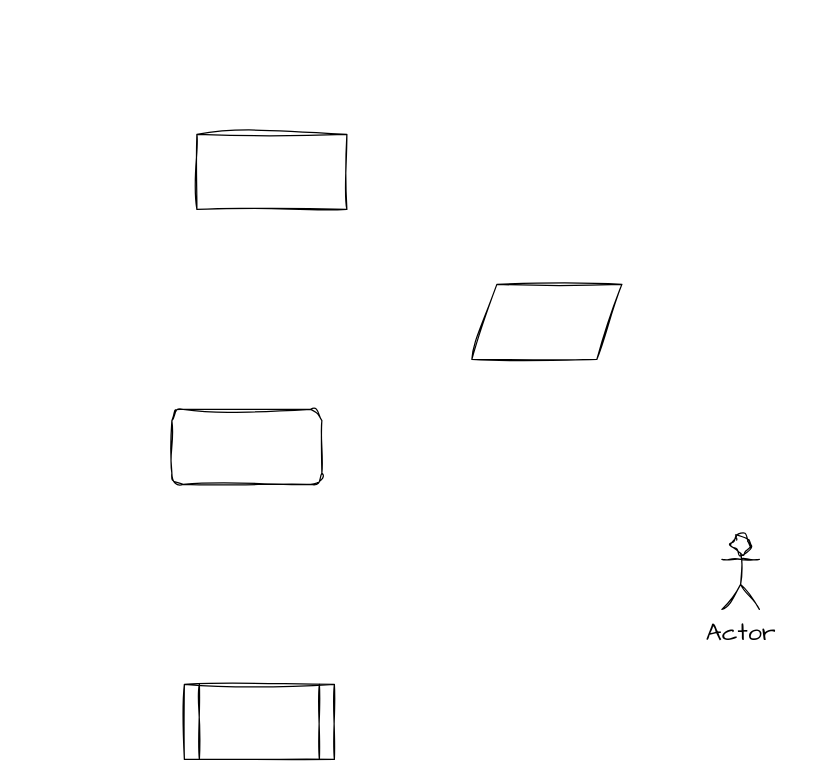
This is 未命名绘图.drawio from githubdanielxiao/hello-world, a draw.io file, before an edit. Source tidied: cells renumbered, new cells numbered last; positions are measured from the earlier drawing's top-left corner, leaving out a move shared by most shapes. Both pictures are drawn from the tidied source at 125%, with x=0, y=0 at pixel (171, 134).
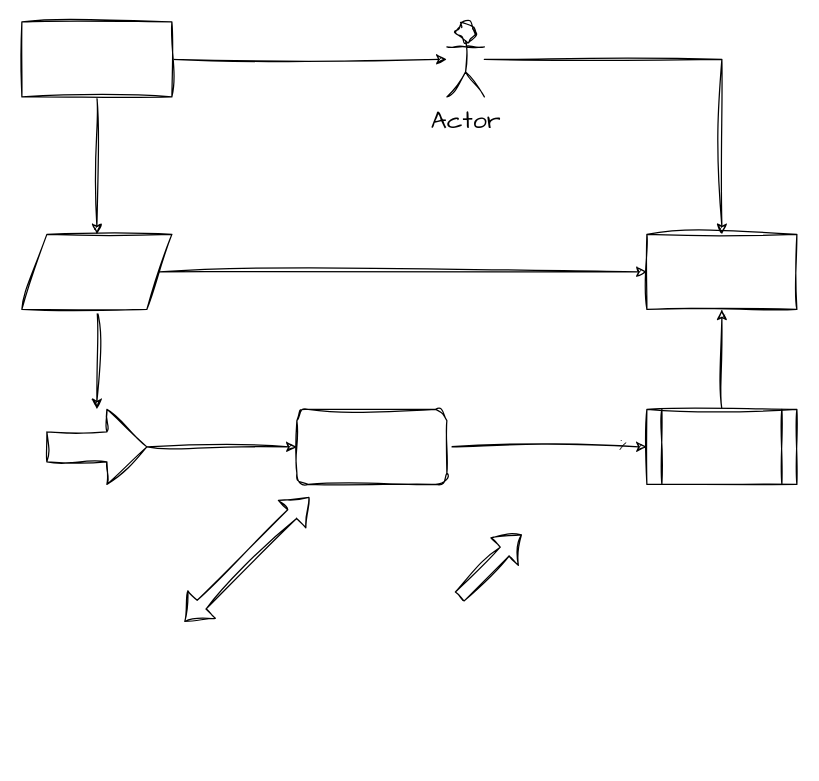
After the change.

Commit message:
更新未命名绘图.drawio

Diff of the diagram source:
```diff
@@
     <mxCell id="2" style="rounded=0;whiteSpace=wrap;html=1;sketch=1;hachureGap=4;jiggle=2;curveFitting=1;fontFamily=Architects Daughter;fontSize=20;" parent="1" vertex="1">
-      <mxGeometry x="20" width="120" height="60" as="geometry" />
+      <mxGeometry x="380" y="80" width="120" height="60" as="geometry" />
     </mxCell>
+    <mxCell id="7" style="edgeStyle=orthogonalEdgeStyle;rounded=0;sketch=1;hachureGap=4;jiggle=2;curveFitting=1;jettySize=auto;html=1;fontFamily=Architects Daughter;fontSize=16;" parent="1" edge="1" source="3" target="4">
+      <mxGeometry relative="1" as="geometry" />
+    </mxCell>
     <mxCell id="3" style="rounded=1;whiteSpace=wrap;html=1;sketch=1;hachureGap=4;jiggle=2;curveFitting=1;fontFamily=Architects Daughter;fontSize=20;" parent="1" vertex="1">
-      <mxGeometry y="220" width="120" height="60" as="geometry" />
+      <mxGeometry x="100" y="220" width="120" height="60" as="geometry" />
     </mxCell>
+    <mxCell id="8" style="edgeStyle=orthogonalEdgeStyle;rounded=0;sketch=1;hachureGap=4;jiggle=2;curveFitting=1;jettySize=auto;html=1;fontFamily=Architects Daughter;fontSize=16;" parent="1" edge="1" source="4" target="2">
+      <mxGeometry relative="1" as="geometry" />
+    </mxCell>
     <mxCell id="4" style="shape=process;whiteSpace=wrap;html=1;backgroundOutline=1;sketch=1;hachureGap=4;jiggle=2;curveFitting=1;fontFamily=Architects Daughter;fontSize=20;" parent="1" vertex="1">
-      <mxGeometry x="10" y="440" width="120" height="60" as="geometry" />
+      <mxGeometry x="380" y="220" width="120" height="60" as="geometry" />
     </mxCell>
+    <mxCell id="9" style="edgeStyle=orthogonalEdgeStyle;rounded=0;sketch=1;hachureGap=4;jiggle=2;curveFitting=1;jettySize=auto;html=1;exitX=1;exitY=0.5;exitDx=0;exitDy=0;fontFamily=Architects Daughter;fontSize=16;" parent="1" edge="1" source="5" target="2">
+      <mxGeometry relative="1" as="geometry" />
+    </mxCell>
+    <mxCell id="10" style="edgeStyle=orthogonalEdgeStyle;rounded=0;sketch=1;hachureGap=4;jiggle=2;curveFitting=1;jettySize=auto;html=1;fontFamily=Architects Daughter;fontSize=16;" parent="1" edge="1" source="5" target="16">
+      <mxGeometry relative="1" as="geometry" />
+    </mxCell>
     <mxCell id="5" style="shape=parallelogram;perimeter=parallelogramPerimeter;whiteSpace=wrap;html=1;fixedSize=1;sketch=1;hachureGap=4;jiggle=2;curveFitting=1;fontFamily=Architects Daughter;fontSize=20;" parent="1" vertex="1">
-      <mxGeometry x="240" y="120" width="120" height="60" as="geometry" />
+      <mxGeometry x="-120" y="80" width="120" height="60" as="geometry" />
     </mxCell>
+    <mxCell id="11" style="edgeStyle=orthogonalEdgeStyle;rounded=0;sketch=1;hachureGap=4;jiggle=2;curveFitting=1;jettySize=auto;html=1;fontFamily=Architects Daughter;fontSize=16;" parent="1" edge="1" source="6" target="2">
+      <mxGeometry relative="1" as="geometry" />
+    </mxCell>
     <mxCell id="6" value="Actor" style="shape=umlActor;verticalLabelPosition=bottom;verticalAlign=top;html=1;outlineConnect=0;sketch=1;hachureGap=4;jiggle=2;curveFitting=1;fontFamily=Architects Daughter;fontSize=20;" parent="1" vertex="1">
-      <mxGeometry x="440" y="320" width="30" height="60" as="geometry" />
+      <mxGeometry x="220" y="-90" width="30" height="60" as="geometry" />
     </mxCell>
+    <mxCell id="12" style="edgeStyle=orthogonalEdgeStyle;rounded=0;sketch=1;hachureGap=4;jiggle=2;curveFitting=1;jettySize=auto;html=1;exitX=1;exitY=0.5;exitDx=0;exitDy=0;fontFamily=Architects Daughter;fontSize=16;" parent="1" edge="1" source="14" target="6">
+      <mxGeometry relative="1" as="geometry" />
+    </mxCell>
+    <mxCell id="13" style="edgeStyle=orthogonalEdgeStyle;rounded=0;sketch=1;hachureGap=4;jiggle=2;curveFitting=1;jettySize=auto;html=1;exitX=0.5;exitY=1;exitDx=0;exitDy=0;fontFamily=Architects Daughter;fontSize=16;" parent="1" edge="1" source="14" target="5">
+      <mxGeometry relative="1" as="geometry" />
+    </mxCell>
+    <mxCell id="14" style="rounded=0;whiteSpace=wrap;html=1;sketch=1;hachureGap=4;jiggle=2;curveFitting=1;fontFamily=Architects Daughter;fontSize=20;" parent="1" vertex="1">
+      <mxGeometry x="-120" y="-90" width="120" height="60" as="geometry" />
+    </mxCell>
+    <mxCell id="15" style="edgeStyle=orthogonalEdgeStyle;rounded=0;sketch=1;hachureGap=4;jiggle=2;curveFitting=1;jettySize=auto;html=1;fontFamily=Architects Daughter;fontSize=16;" parent="1" edge="1" source="16" target="3">
+      <mxGeometry relative="1" as="geometry" />
+    </mxCell>
+    <mxCell id="16" style="shape=singleArrow;whiteSpace=wrap;html=1;arrowWidth=0.4;arrowSize=0.4;fontSize=20;fontFamily=Architects Daughter;sketch=1;hachureGap=4;jiggle=2;curveFitting=1;" parent="1" vertex="1">
+      <mxGeometry x="-100" y="220" width="80" height="60" as="geometry" />
+    </mxCell>
+    <mxCell id="17" style="shape=waypoint;sketch=1;size=6;fillColor=default;perimeter=centerPerimeter;fontSize=20;fontFamily=Architects Daughter;rounded=1;hachureGap=4;jiggle=2;curveFitting=1;" parent="1" vertex="1">
+      <mxGeometry x="350" y="240" width="20" height="20" as="geometry" />
+    </mxCell>
+    <mxCell id="18" style="shape=flexArrow;endArrow=classic;startArrow=classic;html=1;rounded=0;sketch=1;hachureGap=4;jiggle=2;curveFitting=1;fontFamily=Architects Daughter;fontSize=16;" parent="1" edge="1">
+      <mxGeometry relative="1" as="geometry">
+        <mxPoint x="10" y="390" as="sourcePoint" />
+        <mxPoint x="110" y="290" as="targetPoint" />
+      </mxGeometry>
+    </mxCell>
+    <mxCell id="19" style="shape=flexArrow;endArrow=classic;html=1;rounded=0;sketch=1;hachureGap=4;jiggle=2;curveFitting=1;fontFamily=Architects Daughter;fontSize=16;" parent="1" edge="1">
+      <mxGeometry relative="1" as="geometry">
+        <mxPoint x="230" y="370" as="sourcePoint" />
+        <mxPoint x="280" y="320" as="targetPoint" />
+      </mxGeometry>
+    </mxCell>
```
